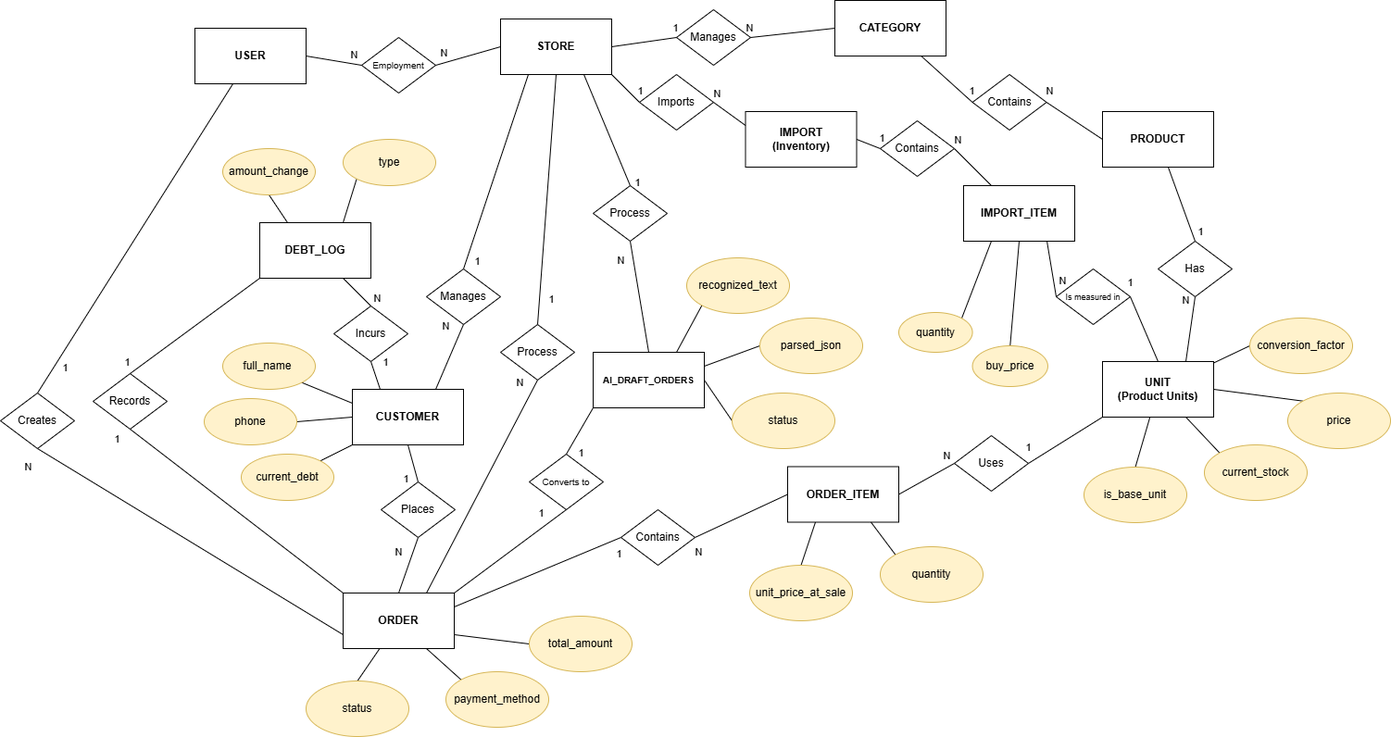
This is docs/ERD_business_logic/erd.png from fouzo53/software-engineering-project, a draw.io export, as it was before one commit. Source tidied: cells renumbered, new cells last; positions are measured from the earlier drawing's top-left corner, leaving out a move shared by most shapes.
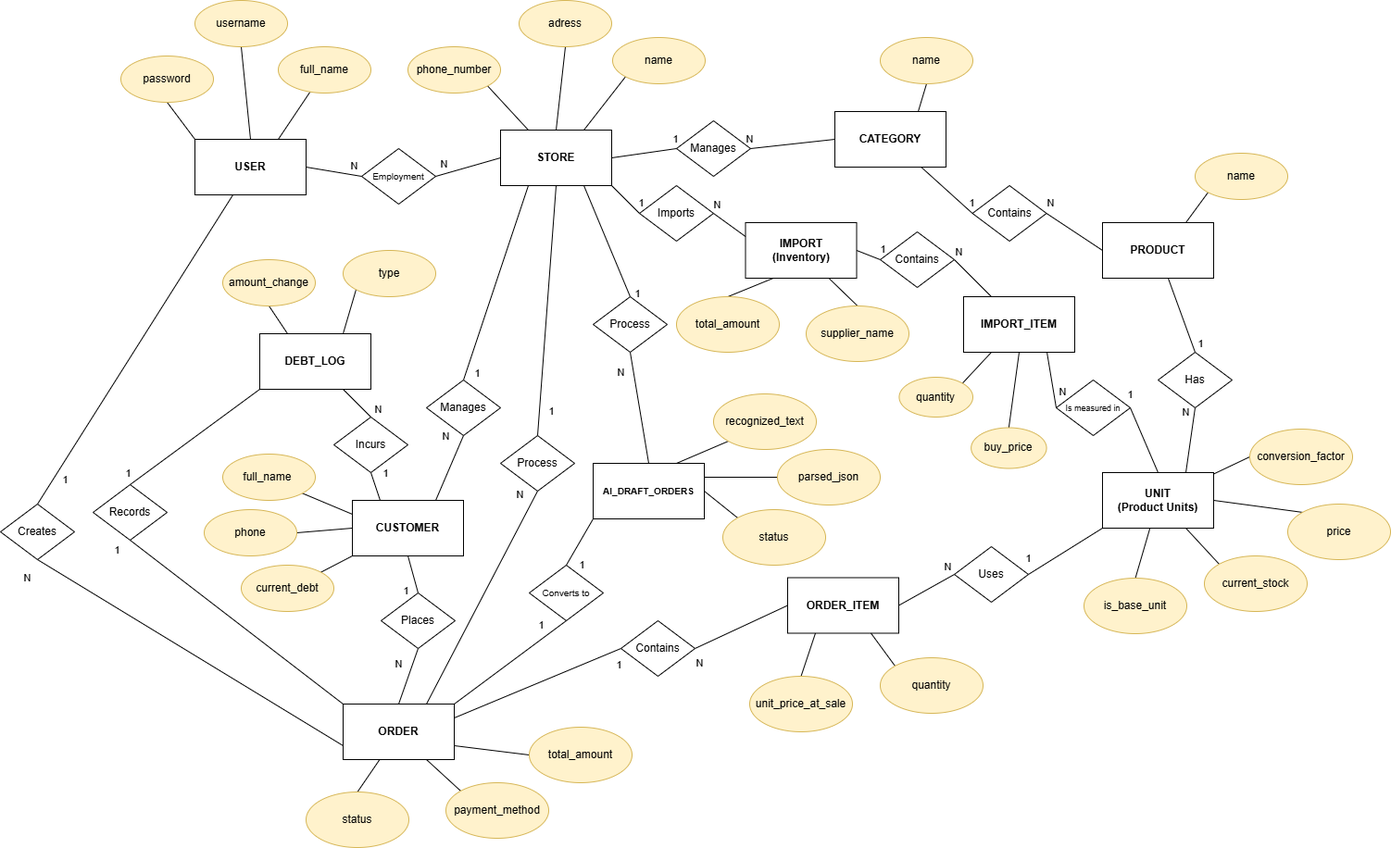
Above is the later version.

Commit message:
update erd_business_logic

Change to the diagram source:
```diff
@@ -143,6 +143,9 @@
         <mxPoint x="7" y="-10" as="offset" />
       </mxGeometry>
     </mxCell>
+    <mxCell id="133" style="rounded=0;jettySize=auto;html=1;exitX=0.25;exitY=1;exitDx=0;exitDy=0;entryX=0.5;entryY=0;entryDx=0;entryDy=0;endArrow=none;endFill=0;" parent="1" edge="1" source="41" target="152">
+      <mxGeometry relative="1" as="geometry" />
+    </mxCell>
     <mxCell id="41" value="IMPORT&lt;br&gt;(Inventory)" style="whiteSpace=wrap;html=1;align=center;fontStyle=1;" parent="1" vertex="1">
       <mxGeometry x="804.5" y="120" width="120" height="60" as="geometry" />
     </mxCell>
@@ -385,19 +388,19 @@
       <mxGeometry relative="1" as="geometry" />
     </mxCell>
     <mxCell id="112" value="recognized_text" style="ellipse;whiteSpace=wrap;html=1;fillColor=#fff2cc;strokeColor=#d6b656;" parent="1" vertex="1">
-      <mxGeometry x="741" y="278" width="111" height="60" as="geometry" />
+      <mxGeometry x="770" y="305" width="111" height="60" as="geometry" />
     </mxCell>
     <mxCell id="113" style="rounded=0;jettySize=auto;html=1;exitX=0;exitY=0.5;exitDx=0;exitDy=0;entryX=1;entryY=0.25;entryDx=0;entryDy=0;endArrow=none;endFill=0;" parent="1" edge="1" source="114" target="106">
       <mxGeometry relative="1" as="geometry" />
     </mxCell>
     <mxCell id="114" value="parsed_json" style="ellipse;whiteSpace=wrap;html=1;fillColor=#fff2cc;strokeColor=#d6b656;" parent="1" vertex="1">
-      <mxGeometry x="820" y="343" width="111" height="60" as="geometry" />
+      <mxGeometry x="839" y="365" width="111" height="60" as="geometry" />
     </mxCell>
-    <mxCell id="115" style="rounded=0;jettySize=auto;html=1;exitX=0;exitY=0.5;exitDx=0;exitDy=0;entryX=1;entryY=0.5;entryDx=0;entryDy=0;endArrow=none;endFill=0;" parent="1" edge="1" source="116" target="106">
+    <mxCell id="115" style="rounded=0;jettySize=auto;html=1;exitX=0;exitY=0;exitDx=0;exitDy=0;entryX=1;entryY=0.5;entryDx=0;entryDy=0;endArrow=none;endFill=0;" parent="1" edge="1" source="116" target="106">
       <mxGeometry relative="1" as="geometry" />
     </mxCell>
     <mxCell id="116" value="status" style="ellipse;whiteSpace=wrap;html=1;fillColor=#fff2cc;strokeColor=#d6b656;" parent="1" vertex="1">
-      <mxGeometry x="790" y="424" width="111" height="60" as="geometry" />
+      <mxGeometry x="780" y="430" width="111" height="60" as="geometry" />
     </mxCell>
     <mxCell id="117" style="rounded=0;jettySize=auto;html=1;endArrow=none;endFill=0;exitX=0.5;exitY=1;exitDx=0;exitDy=0;entryX=0.75;entryY=0;entryDx=0;entryDy=0;" parent="1" edge="1" source="119" target="32">
       <mxGeometry relative="1" as="geometry" />
@@ -434,10 +437,10 @@
       </mxGeometry>
     </mxCell>
     <mxCell id="127" value="buy_price" style="ellipse;whiteSpace=wrap;html=1;fillColor=#fff2cc;strokeColor=#d6b656;" parent="1" vertex="1">
-      <mxGeometry x="1049.5" y="373" width="81.4" height="44" as="geometry" />
+      <mxGeometry x="1048.2" y="341.5" width="81.4" height="44" as="geometry" />
     </mxCell>
     <mxCell id="128" value="quantity" style="ellipse;whiteSpace=wrap;html=1;fillColor=#fff2cc;strokeColor=#d6b656;" parent="1" vertex="1">
-      <mxGeometry x="970" y="337" width="79.5" height="43" as="geometry" />
+      <mxGeometry x="970.5" y="287" width="79.5" height="43" as="geometry" />
     </mxCell>
     <mxCell id="129" style="rounded=0;jettySize=auto;html=1;entryX=1;entryY=0;entryDx=0;entryDy=0;endArrow=none;endFill=0;exitX=0.5;exitY=1;exitDx=0;exitDy=0;" parent="1" edge="1" source="110" target="37">
       <mxGeometry relative="1" as="geometry" />
@@ -455,5 +458,62 @@
         <mxPoint x="5" y="13" as="offset" />
       </mxGeometry>
     </mxCell>
+    <mxCell id="134" style="rounded=0;jettySize=auto;html=1;exitX=0;exitY=1;exitDx=0;exitDy=0;entryX=0.75;entryY=0;entryDx=0;entryDy=0;endArrow=none;endFill=0;" parent="1" edge="1" source="135" target="13">
+      <mxGeometry relative="1" as="geometry" />
+    </mxCell>
+    <mxCell id="135" value="name" style="ellipse;whiteSpace=wrap;html=1;fillColor=#fff2cc;strokeColor=#d6b656;" parent="1" vertex="1">
+      <mxGeometry x="661" y="-80" width="100" height="50" as="geometry" />
+    </mxCell>
+    <mxCell id="136" style="rounded=0;jettySize=auto;html=1;exitX=0.5;exitY=1;exitDx=0;exitDy=0;entryX=0.5;entryY=0;entryDx=0;entryDy=0;endArrow=none;endFill=0;" parent="1" edge="1" source="137" target="13">
+      <mxGeometry relative="1" as="geometry" />
+    </mxCell>
+    <mxCell id="137" value="adress" style="ellipse;whiteSpace=wrap;html=1;fillColor=#fff2cc;strokeColor=#d6b656;" parent="1" vertex="1">
+      <mxGeometry x="560" y="-120" width="100" height="50" as="geometry" />
+    </mxCell>
+    <mxCell id="138" style="rounded=0;jettySize=auto;html=1;exitX=1;exitY=1;exitDx=0;exitDy=0;entryX=0.25;entryY=0;entryDx=0;entryDy=0;endArrow=none;endFill=0;" parent="1" edge="1" source="139" target="13">
+      <mxGeometry relative="1" as="geometry" />
+    </mxCell>
+    <mxCell id="139" value="phone_number" style="ellipse;whiteSpace=wrap;html=1;fillColor=#fff2cc;strokeColor=#d6b656;" parent="1" vertex="1">
+      <mxGeometry x="440" y="-70" width="100" height="50" as="geometry" />
+    </mxCell>
+    <mxCell id="140" style="rounded=0;jettySize=auto;html=1;entryX=0.75;entryY=0;entryDx=0;entryDy=0;endArrow=none;endFill=0;" parent="1" edge="1" source="141" target="4">
+      <mxGeometry relative="1" as="geometry" />
+    </mxCell>
+    <mxCell id="141" value="full_name" style="ellipse;whiteSpace=wrap;html=1;fillColor=#fff2cc;strokeColor=#d6b656;" parent="1" vertex="1">
+      <mxGeometry x="300" y="-70" width="100" height="50" as="geometry" />
+    </mxCell>
+    <mxCell id="142" style="rounded=0;jettySize=auto;html=1;exitX=0.5;exitY=1;exitDx=0;exitDy=0;entryX=0.5;entryY=0;entryDx=0;entryDy=0;endArrow=none;endFill=0;" parent="1" edge="1" source="143" target="4">
+      <mxGeometry relative="1" as="geometry" />
+    </mxCell>
+    <mxCell id="143" value="username" style="ellipse;whiteSpace=wrap;html=1;fillColor=#fff2cc;strokeColor=#d6b656;" parent="1" vertex="1">
+      <mxGeometry x="210" y="-120" width="100" height="50" as="geometry" />
+    </mxCell>
+    <mxCell id="144" style="rounded=0;jettySize=auto;html=1;exitX=0.5;exitY=1;exitDx=0;exitDy=0;entryX=0;entryY=0;entryDx=0;entryDy=0;endArrow=none;endFill=0;" parent="1" edge="1" source="145" target="4">
+      <mxGeometry relative="1" as="geometry" />
+    </mxCell>
+    <mxCell id="145" value="password" style="ellipse;whiteSpace=wrap;html=1;fillColor=#fff2cc;strokeColor=#d6b656;" parent="1" vertex="1">
+      <mxGeometry x="130" y="-60" width="100" height="50" as="geometry" />
+    </mxCell>
+    <mxCell id="146" style="rounded=0;jettySize=auto;html=1;exitX=0.5;exitY=1;exitDx=0;exitDy=0;entryX=0.75;entryY=0;entryDx=0;entryDy=0;endArrow=none;endFill=0;" parent="1" edge="1" source="147" target="16">
+      <mxGeometry relative="1" as="geometry" />
+    </mxCell>
+    <mxCell id="147" value="name" style="ellipse;whiteSpace=wrap;html=1;fillColor=#fff2cc;strokeColor=#d6b656;" parent="1" vertex="1">
+      <mxGeometry x="950" y="-80" width="100" height="50" as="geometry" />
+    </mxCell>
+    <mxCell id="148" style="rounded=0;jettySize=auto;html=1;exitX=0;exitY=1;exitDx=0;exitDy=0;entryX=0.75;entryY=0;entryDx=0;entryDy=0;endArrow=none;endFill=0;" parent="1" edge="1" source="149" target="19">
+      <mxGeometry relative="1" as="geometry" />
+    </mxCell>
+    <mxCell id="149" value="name" style="ellipse;whiteSpace=wrap;html=1;fillColor=#fff2cc;strokeColor=#d6b656;" parent="1" vertex="1">
+      <mxGeometry x="1290" y="45" width="100" height="50" as="geometry" />
+    </mxCell>
+    <mxCell id="150" style="rounded=0;jettySize=auto;html=1;exitX=0.5;exitY=0;exitDx=0;exitDy=0;entryX=0.75;entryY=1;entryDx=0;entryDy=0;endArrow=none;endFill=0;" parent="1" edge="1" source="151" target="41">
+      <mxGeometry relative="1" as="geometry" />
+    </mxCell>
+    <mxCell id="151" value="supplier_name" style="ellipse;whiteSpace=wrap;html=1;fillColor=#fff2cc;strokeColor=#d6b656;" parent="1" vertex="1">
+      <mxGeometry x="870" y="210" width="111" height="60" as="geometry" />
+    </mxCell>
+    <mxCell id="152" value="total_amount" style="ellipse;whiteSpace=wrap;html=1;fillColor=#fff2cc;strokeColor=#d6b656;" parent="1" vertex="1">
+      <mxGeometry x="730" y="200" width="111" height="60" as="geometry" />
+    </mxCell>
   </root>
 </mxGraphModel>
```
